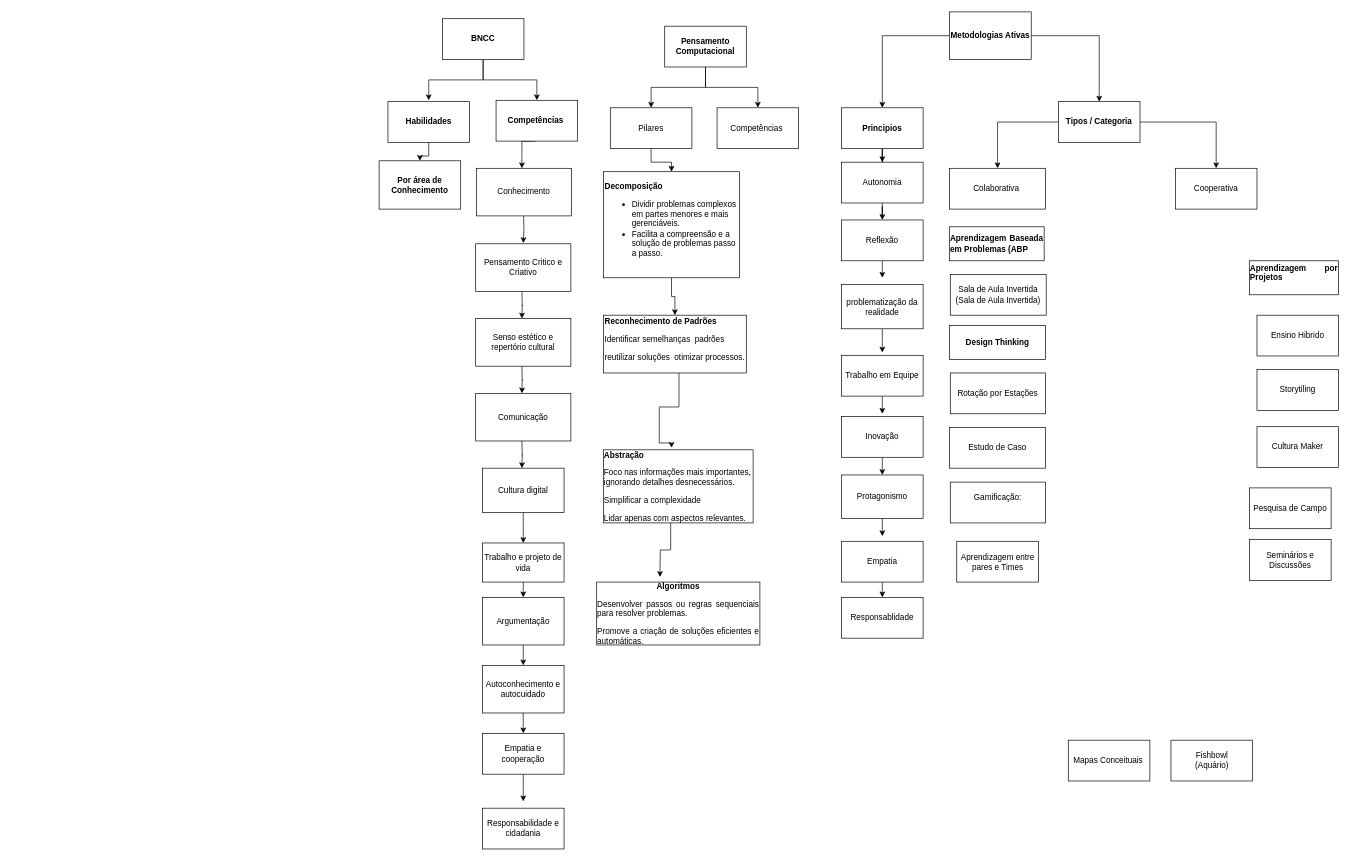
Before: page "Página-1" (1 of 2) of Diagrama sem nome.drawio in RosianeSangali/RosianeSangali, a draw.io diagram. Source tidied: cells renumbered, new cells numbered last; positions are measured from the earlier drawing's top-left corner, leaving out a move shared by most shapes. Both pictures are drawn from the tidied source at 68%, with x=0, y=0 at pixel (379, 12).
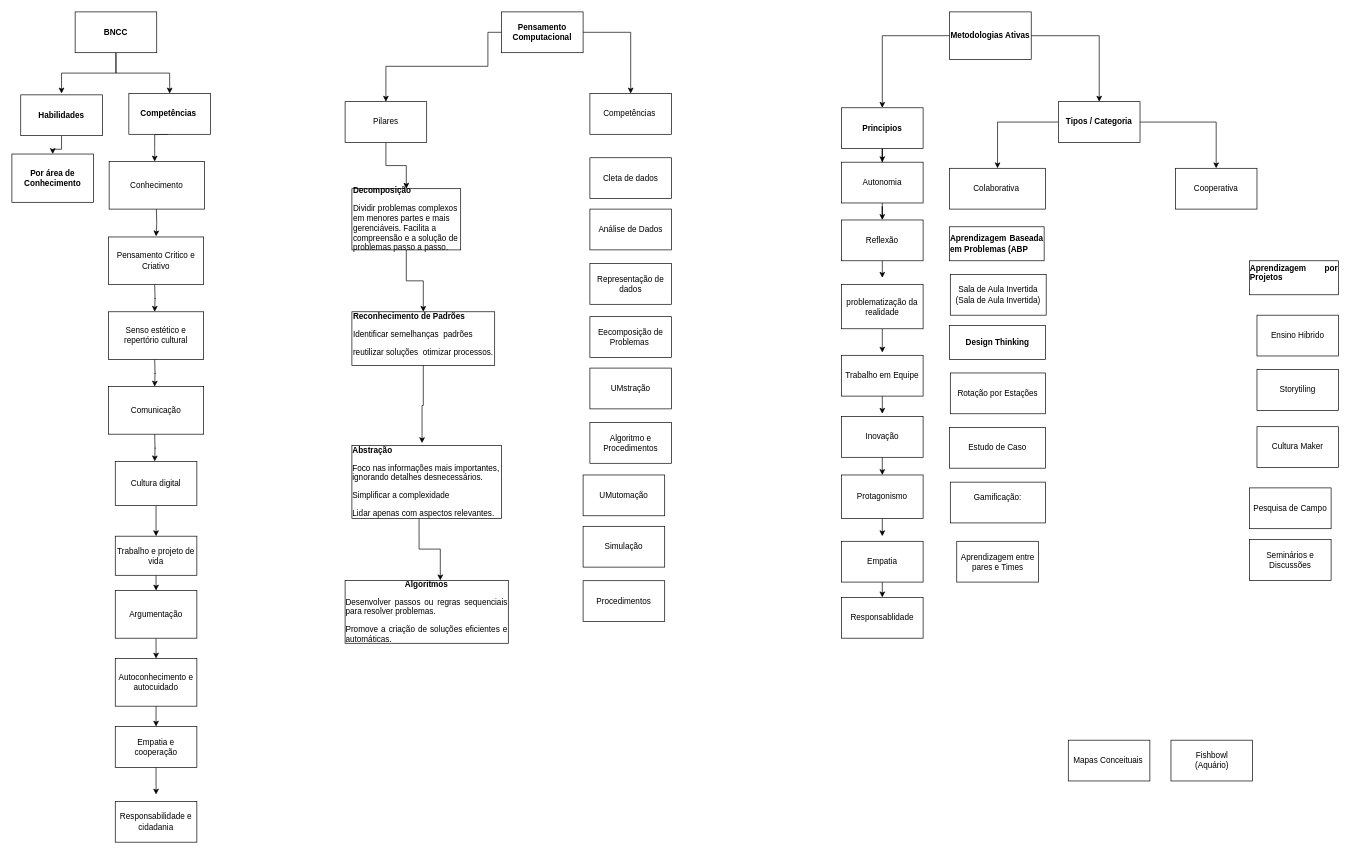
The same page after the edit.

Change to the diagram source:
```diff
@@
     <mxCell id="6" style="edgeStyle=orthogonalEdgeStyle;rounded=0;jettySize=auto;html=1;entryX=0.5;entryY=0;entryDx=0;entryDy=0;" parent="1" edge="1" source="7" target="15">
       <mxGeometry relative="1" as="geometry">
         <Array as="points">
-          <mxPoint x="480" y="111" />
-          <mxPoint x="400" y="111" />
+          <mxPoint x="160" y="30" />
+          <mxPoint x="160" y="80" />
+          <mxPoint x="10" y="80" />
         </Array>
       </mxGeometry>
     </mxCell>
     <mxCell id="7" value="&lt;b&gt;Pensamento Computacional&lt;/b&gt;" style="rounded=0;whiteSpace=wrap;html=1;" parent="1" vertex="1">
-      <mxGeometry x="420" y="21" width="120" height="60" as="geometry" />
+      <mxGeometry x="180" width="120" height="60" as="geometry" />
     </mxCell>
@@
     <mxCell id="15" value="Pilares" style="rounded=0;whiteSpace=wrap;html=1;" parent="1" vertex="1">
-      <mxGeometry x="340" y="141" width="120" height="60" as="geometry" />
+      <mxGeometry x="-50" y="132" width="120" height="60" as="geometry" />
     </mxCell>
     <mxCell id="16" value="Competências&amp;nbsp;" style="rounded=0;whiteSpace=wrap;html=1;" parent="1" vertex="1">
-      <mxGeometry x="497" y="141" width="120" height="60" as="geometry" />
+      <mxGeometry x="310" y="120" width="120" height="60" as="geometry" />
     </mxCell>
@@
     <mxCell id="27" value="&lt;b&gt;Habilidades&lt;/b&gt;" style="rounded=0;whiteSpace=wrap;html=1;" parent="1" vertex="1">
-      <mxGeometry x="13" y="132" width="120" height="60" as="geometry" />
+      <mxGeometry x="-527" y="122" width="120" height="60" as="geometry" />
     </mxCell>
@@
-    <mxCell id="29" value="&#10;&lt;p&gt;&lt;strong&gt;Decomposição&lt;/strong&gt;&lt;/p&gt;&lt;ul&gt;&lt;li&gt;Dividir problemas complexos em partes menores e mais gerenciáveis.&lt;/li&gt;&lt;li&gt;Facilita a compreensão e a solução de problemas passo a passo.&lt;/li&gt;&lt;/ul&gt;&#10;&#10;" style="rounded=0;whiteSpace=wrap;html=1;align=left;" parent="1" vertex="1">
-      <mxGeometry x="330" y="235" width="200" height="156" as="geometry" />
+    <mxCell id="29" value="&lt;br&gt;&lt;p&gt;&lt;strong&gt;Decomposição&lt;/strong&gt;&lt;/p&gt;&lt;p&gt;&lt;strong&gt;&lt;/strong&gt;&lt;span style=&quot;background-color: initial;&quot;&gt;Dividir problemas complexos em menores partes e mais gerenciáveis. &lt;/span&gt;&lt;span style=&quot;background-color: initial;&quot;&gt;Facilita a compreensão e a solução de problemas passo a passo.&lt;/span&gt;&lt;/p&gt;&lt;div&gt;&lt;br&gt;&lt;/div&gt;" style="rounded=0;whiteSpace=wrap;html=1;align=left;" parent="1" vertex="1">
+      <mxGeometry x="-40" y="260" width="160" height="90" as="geometry" />
     </mxCell>
     <mxCell id="30" style="edgeStyle=orthogonalEdgeStyle;rounded=0;jettySize=auto;html=1;entryX=0.5;entryY=0;entryDx=0;entryDy=0;" parent="1" edge="1" source="32">
       <mxGeometry relative="1" as="geometry">
-        <mxPoint x="73" y="130" as="targetPoint" />
+        <mxPoint x="-467" y="120" as="targetPoint" />
         <Array as="points">
-          <mxPoint x="153" y="100" />
-          <mxPoint x="73" y="100" />
+          <mxPoint x="-387" y="90" />
+          <mxPoint x="-467" y="90" />
         </Array>
       </mxGeometry>
     </mxCell>
@@
     <mxCell id="32" value="&lt;b&gt;BNCC&lt;/b&gt;" style="rounded=0;whiteSpace=wrap;html=1;" parent="1" vertex="1">
-      <mxGeometry x="93" y="10" width="120" height="60" as="geometry" />
+      <mxGeometry x="-447" width="120" height="60" as="geometry" />
     </mxCell>
     <mxCell id="33" style="edgeStyle=orthogonalEdgeStyle;rounded=0;orthogonalLoop=1;jettySize=auto;html=1;" parent="1" edge="1">
       <mxGeometry relative="1" as="geometry">
-        <mxPoint x="230" y="190" as="sourcePoint" />
-        <mxPoint x="210" y="230" as="targetPoint" />
+        <mxPoint x="-310" y="180" as="sourcePoint" />
+        <mxPoint x="-330" y="220" as="targetPoint" />
       </mxGeometry>
     </mxCell>
     <mxCell id="34" style="edgeStyle=orthogonalEdgeStyle;rounded=0;orthogonalLoop=1;jettySize=auto;html=1;" parent="1" edge="1">
       <mxGeometry relative="1" as="geometry">
-        <mxPoint x="212.5" y="300" as="sourcePoint" />
-        <mxPoint x="212" y="340" as="targetPoint" />
+        <mxPoint x="-327.5" y="290" as="sourcePoint" />
+        <mxPoint x="-328" y="330" as="targetPoint" />
       </mxGeometry>
     </mxCell>
     <mxCell id="35" style="edgeStyle=orthogonalEdgeStyle;rounded=0;orthogonalLoop=1;jettySize=auto;html=1;" parent="1" edge="1">
       <mxGeometry relative="1" as="geometry">
-        <mxPoint x="210" y="411" as="sourcePoint" />
-        <mxPoint x="210" y="451" as="targetPoint" />
+        <mxPoint x="-330" y="401" as="sourcePoint" />
+        <mxPoint x="-330" y="441" as="targetPoint" />
       </mxGeometry>
     </mxCell>
     <mxCell id="36" style="edgeStyle=orthogonalEdgeStyle;rounded=0;orthogonalLoop=1;jettySize=auto;html=1;" parent="1" edge="1">
       <mxGeometry relative="1" as="geometry">
-        <mxPoint x="210" y="521" as="sourcePoint" />
-        <mxPoint x="210" y="561" as="targetPoint" />
+        <mxPoint x="-330" y="511" as="sourcePoint" />
+        <mxPoint x="-330" y="551" as="targetPoint" />
       </mxGeometry>
     </mxCell>
     <mxCell id="37" style="edgeStyle=orthogonalEdgeStyle;rounded=0;orthogonalLoop=1;jettySize=auto;html=1;" parent="1" edge="1">
       <mxGeometry relative="1" as="geometry">
-        <mxPoint x="210" y="631" as="sourcePoint" />
-        <mxPoint x="210" y="671" as="targetPoint" />
+        <mxPoint x="-330" y="621" as="sourcePoint" />
+        <mxPoint x="-330" y="661" as="targetPoint" />
       </mxGeometry>
     </mxCell>
     <mxCell id="38" style="edgeStyle=orthogonalEdgeStyle;rounded=0;jettySize=auto;html=1;" parent="1" edge="1" source="39">
       <mxGeometry relative="1" as="geometry">
-        <mxPoint x="212" y="781" as="targetPoint" />
+        <mxPoint x="-328" y="771" as="targetPoint" />
       </mxGeometry>
     </mxCell>
     <mxCell id="39" value="&lt;p class=&quot;MsoNormal&quot;&gt;Cultura digital&lt;/p&gt;" style="whiteSpace=wrap;html=1;rounded=0;" parent="1" vertex="1">
-      <mxGeometry x="152" y="671" width="120" height="65" as="geometry" />
+      <mxGeometry x="-388" y="661" width="120" height="65" as="geometry" />
     </mxCell>
     <mxCell id="40" style="edgeStyle=orthogonalEdgeStyle;rounded=0;jettySize=auto;html=1;" parent="1" edge="1" source="41">
       <mxGeometry relative="1" as="geometry">
-        <mxPoint x="212" y="861" as="targetPoint" />
+        <mxPoint x="-328" y="851" as="targetPoint" />
       </mxGeometry>
     </mxCell>
     <mxCell id="41" value="&lt;p class=&quot;MsoNormal&quot;&gt;Trabalho e projeto de vida&lt;/p&gt;" style="whiteSpace=wrap;html=1;rounded=0;" parent="1" vertex="1">
-      <mxGeometry x="152" y="781" width="120" height="57.5" as="geometry" />
+      <mxGeometry x="-388" y="771" width="120" height="57.5" as="geometry" />
     </mxCell>
     <mxCell id="42" style="edgeStyle=orthogonalEdgeStyle;rounded=0;jettySize=auto;html=1;" parent="1" edge="1" source="43">
       <mxGeometry relative="1" as="geometry">
-        <mxPoint x="212" y="961" as="targetPoint" />
+        <mxPoint x="-328" y="951" as="targetPoint" />
       </mxGeometry>
     </mxCell>
     <mxCell id="43" value="&lt;div&gt;&lt;p class=&quot;MsoNormal&quot;&gt;Argumentação&lt;/p&gt;&lt;/div&gt;" style="whiteSpace=wrap;html=1;rounded=0;" parent="1" vertex="1">
-      <mxGeometry x="152" y="861" width="120" height="70" as="geometry" />
+      <mxGeometry x="-388" y="851" width="120" height="70" as="geometry" />
     </mxCell>
     <mxCell id="44" style="edgeStyle=orthogonalEdgeStyle;rounded=0;jettySize=auto;html=1;" parent="1" edge="1" source="45">
       <mxGeometry relative="1" as="geometry">
-        <mxPoint x="212" y="1061" as="targetPoint" />
+        <mxPoint x="-328" y="1051" as="targetPoint" />
       </mxGeometry>
     </mxCell>
     <mxCell id="45" value="&lt;p class=&quot;MsoNormal&quot;&gt;Autoconhecimento e autocuidado&lt;/p&gt;" style="whiteSpace=wrap;html=1;rounded=0;" parent="1" vertex="1">
-      <mxGeometry x="152" y="961" width="120" height="70" as="geometry" />
+      <mxGeometry x="-388" y="951" width="120" height="70" as="geometry" />
     </mxCell>
     <mxCell id="46" style="edgeStyle=orthogonalEdgeStyle;rounded=0;jettySize=auto;html=1;" parent="1" edge="1" source="47">
       <mxGeometry relative="1" as="geometry">
-        <mxPoint x="212" y="1161" as="targetPoint" />
+        <mxPoint x="-328" y="1151" as="targetPoint" />
       </mxGeometry>
     </mxCell>
     <mxCell id="47" value="&lt;p class=&quot;MsoNormal&quot;&gt;Empatia e cooperação&lt;/p&gt;" style="whiteSpace=wrap;html=1;rounded=0;" parent="1" vertex="1">
-      <mxGeometry x="152" y="1061" width="120" height="60" as="geometry" />
+      <mxGeometry x="-388" y="1051" width="120" height="60" as="geometry" />
     </mxCell>
     <mxCell id="48" value="&lt;p class=&quot;MsoNormal&quot;&gt;Responsabilidade e cidadania&lt;/p&gt;" style="whiteSpace=wrap;html=1;rounded=0;" parent="1" vertex="1">
-      <mxGeometry x="152" y="1171" width="120" height="60" as="geometry" />
+      <mxGeometry x="-388" y="1161" width="120" height="60" as="geometry" />
     </mxCell>
     <mxCell id="49" value="&lt;b&gt;Competências&amp;nbsp;&lt;/b&gt;" style="rounded=0;whiteSpace=wrap;html=1;" parent="1" vertex="1">
-      <mxGeometry x="172" y="130" width="120" height="60" as="geometry" />
+      <mxGeometry x="-368" y="120" width="120" height="60" as="geometry" />
     </mxCell>
     <mxCell id="50" value="Conhecimento" style="rounded=0;whiteSpace=wrap;html=1;" parent="1" vertex="1">
-      <mxGeometry x="143" y="230" width="140" height="70" as="geometry" />
+      <mxGeometry x="-397" y="220" width="140" height="70" as="geometry" />
     </mxCell>
     <mxCell id="51" value="Pensamento Critico e Criativo" style="rounded=0;whiteSpace=wrap;html=1;" parent="1" vertex="1">
-      <mxGeometry x="142" y="341" width="140" height="70" as="geometry" />
+      <mxGeometry x="-398" y="331" width="140" height="70" as="geometry" />
     </mxCell>
     <mxCell id="52" value="&lt;p class=&quot;MsoNormal&quot;&gt;Senso estético e repertório cultural&lt;/p&gt;" style="rounded=0;whiteSpace=wrap;html=1;" parent="1" vertex="1">
-      <mxGeometry x="142" y="451" width="140" height="70" as="geometry" />
+      <mxGeometry x="-398" y="441" width="140" height="70" as="geometry" />
     </mxCell>
     <mxCell id="53" value="&lt;p class=&quot;MsoNormal&quot;&gt;Comunicação&lt;/p&gt;" style="rounded=0;whiteSpace=wrap;html=1;" parent="1" vertex="1">
-      <mxGeometry x="142" y="561" width="140" height="70" as="geometry" />
+      <mxGeometry x="-398" y="551" width="140" height="70" as="geometry" />
     </mxCell>
-    <mxCell id="54" style="edgeStyle=orthogonalEdgeStyle;rounded=0;orthogonalLoop=1;jettySize=auto;html=1;" parent="1" edge="1">
-      <mxGeometry relative="1" as="geometry">
-        <mxPoint x="441" y="511" as="sourcePoint" />
-        <mxPoint x="430" y="641" as="targetPoint" />
-        <Array as="points">
-          <mxPoint x="441" y="581" />
-          <mxPoint x="412" y="581" />
-          <mxPoint x="412" y="634" />
-        </Array>
-      </mxGeometry>
-    </mxCell>
     <mxCell id="55" value="&lt;div style=&quot;text-align: justify;&quot;&gt;&lt;br&gt;&lt;/div&gt;&lt;p style=&quot;text-align: justify;&quot;&gt;&lt;strong&gt;Reconhecimento de Padrões&lt;/strong&gt;&lt;/p&gt;&lt;p style=&quot;text-align: justify;&quot;&gt;&lt;span style=&quot;background-color: initial;&quot;&gt;Identificar semelhanças&amp;nbsp; padrões&amp;nbsp;&lt;/span&gt;&lt;/p&gt;&lt;p style=&quot;text-align: justify;&quot;&gt;&lt;span style=&quot;background-color: initial;&quot;&gt;reutilizar soluções&amp;nbsp; otimizar processos.&lt;/span&gt;&lt;/p&gt;&lt;div style=&quot;text-align: justify;&quot;&gt;&lt;br&gt;&lt;/div&gt;&lt;div style=&quot;text-align: justify;&quot;&gt;&lt;br&gt;&lt;/div&gt;" style="whiteSpace=wrap;html=1;rounded=0;" parent="1" vertex="1">
-      <mxGeometry x="330" y="446" width="210" height="85" as="geometry" />
+      <mxGeometry x="-40" y="441" width="210" height="79" as="geometry" />
     </mxCell>
@@
-    <mxCell id="67" style="edgeStyle=orthogonalEdgeStyle;rounded=0;jettySize=auto;html=1;exitX=0.449;exitY=0.996;exitDx=0;exitDy=0;exitPerimeter=0;" parent="1" edge="1" source="68">
+    <mxCell id="67" style="edgeStyle=orthogonalEdgeStyle;rounded=0;jettySize=auto;html=1;exitX=0.449;exitY=0.996;exitDx=0;exitDy=0;exitPerimeter=0;" parent="1" edge="1" source="68" target="69">
       <mxGeometry relative="1" as="geometry">
-        <mxPoint x="413" y="831" as="targetPoint" />
+        <Array as="points">
+          <mxPoint x="59" y="790" />
+          <mxPoint x="90" y="790" />
+        </Array>
       </mxGeometry>
     </mxCell>
     <mxCell id="68" value="&lt;div style=&quot;text-align: left;&quot;&gt;&lt;p&gt;&lt;strong&gt;Abstração&lt;/strong&gt;&lt;/p&gt;&lt;p&gt;&lt;span style=&quot;background-color: initial;&quot;&gt;Foco nas informações mais importantes, ignorando detalhes desnecessários.&lt;/span&gt;&lt;/p&gt;&lt;p&gt;&lt;span style=&quot;background-color: initial;&quot;&gt;Simplificar a complexidade&amp;nbsp;&lt;/span&gt;&lt;/p&gt;&lt;p&gt;&lt;span style=&quot;background-color: initial;&quot;&gt;Lidar apenas com aspectos relevantes.&lt;/span&gt;&lt;/p&gt;&lt;/div&gt;" style="whiteSpace=wrap;html=1;rounded=0;" parent="1" vertex="1">
-      <mxGeometry x="330" y="644" width="220" height="107.5" as="geometry" />
+      <mxGeometry x="-40" y="637.5" width="220" height="107.5" as="geometry" />
     </mxCell>
     <mxCell id="69" value="&lt;p&gt;&lt;strong&gt;Algoritmos&lt;/strong&gt;&lt;/p&gt;&lt;p style=&quot;text-align: justify;&quot;&gt;&lt;span style=&quot;background-color: initial;&quot;&gt;Desenvolver passos ou regras sequenciais para resolver problemas.&lt;/span&gt;&lt;/p&gt;&lt;p style=&quot;text-align: justify;&quot;&gt;&lt;span style=&quot;background-color: initial;&quot;&gt;Promove a criação de soluções eficientes e automáticas.&lt;/span&gt;&lt;/p&gt;" style="whiteSpace=wrap;html=1;rounded=0;" parent="1" vertex="1">
-      <mxGeometry x="320" y="838.5" width="240" height="92.5" as="geometry" />
+      <mxGeometry x="-50" y="836" width="240" height="92.5" as="geometry" />
     </mxCell>
     <mxCell id="70" value="&lt;b&gt;Por área de Conhecimento&lt;/b&gt;" style="whiteSpace=wrap;html=1;rounded=0;" parent="1" vertex="1">
-      <mxGeometry y="219" width="120" height="71" as="geometry" />
+      <mxGeometry x="-540" y="209" width="120" height="71" as="geometry" />
     </mxCell>
@@
+    <mxCell id="82" value="Cleta de dados" style="rounded=0;whiteSpace=wrap;html=1;" parent="1" vertex="1">
+      <mxGeometry x="310" y="214.5" width="120" height="60" as="geometry" />
+    </mxCell>
+    <mxCell id="83" value="Representação de dados" style="rounded=0;whiteSpace=wrap;html=1;" parent="1" vertex="1">
+      <mxGeometry x="310" y="370" width="120" height="60" as="geometry" />
+    </mxCell>
+    <mxCell id="84" value="Análise de Dados" style="rounded=0;whiteSpace=wrap;html=1;" parent="1" vertex="1">
+      <mxGeometry x="310" y="290" width="120" height="60" as="geometry" />
+    </mxCell>
+    <mxCell id="85" style="edgeStyle=orthogonalEdgeStyle;rounded=0;jettySize=auto;html=1;entryX=0.469;entryY=-0.031;entryDx=0;entryDy=0;entryPerimeter=0;" parent="1" edge="1" source="55" target="68">
+      <mxGeometry relative="1" as="geometry" />
+    </mxCell>
+    <mxCell id="86" value="Eecomposição de Problemas&amp;nbsp;" style="rounded=0;whiteSpace=wrap;html=1;" parent="1" vertex="1">
+      <mxGeometry x="310" y="448.2" width="120" height="60" as="geometry" />
+    </mxCell>
+    <mxCell id="87" value="Algoritmo e Procedimentos" style="rounded=0;whiteSpace=wrap;html=1;" parent="1" vertex="1">
+      <mxGeometry x="310" y="603.8" width="120" height="60" as="geometry" />
+    </mxCell>
+    <mxCell id="88" value="UMstração" style="rounded=0;whiteSpace=wrap;html=1;" parent="1" vertex="1">
+      <mxGeometry x="310" y="523.8" width="120" height="60" as="geometry" />
+    </mxCell>
+    <mxCell id="89" value="UMutomação" style="rounded=0;whiteSpace=wrap;html=1;" parent="1" vertex="1">
+      <mxGeometry x="300" y="681" width="120" height="60" as="geometry" />
+    </mxCell>
+    <mxCell id="90" value="Procedimentos" style="rounded=0;whiteSpace=wrap;html=1;" parent="1" vertex="1">
+      <mxGeometry x="300" y="836.5" width="120" height="60" as="geometry" />
+    </mxCell>
+    <mxCell id="91" value="Simulação" style="rounded=0;whiteSpace=wrap;html=1;" parent="1" vertex="1">
+      <mxGeometry x="300" y="756.5" width="120" height="60" as="geometry" />
+    </mxCell>
```
